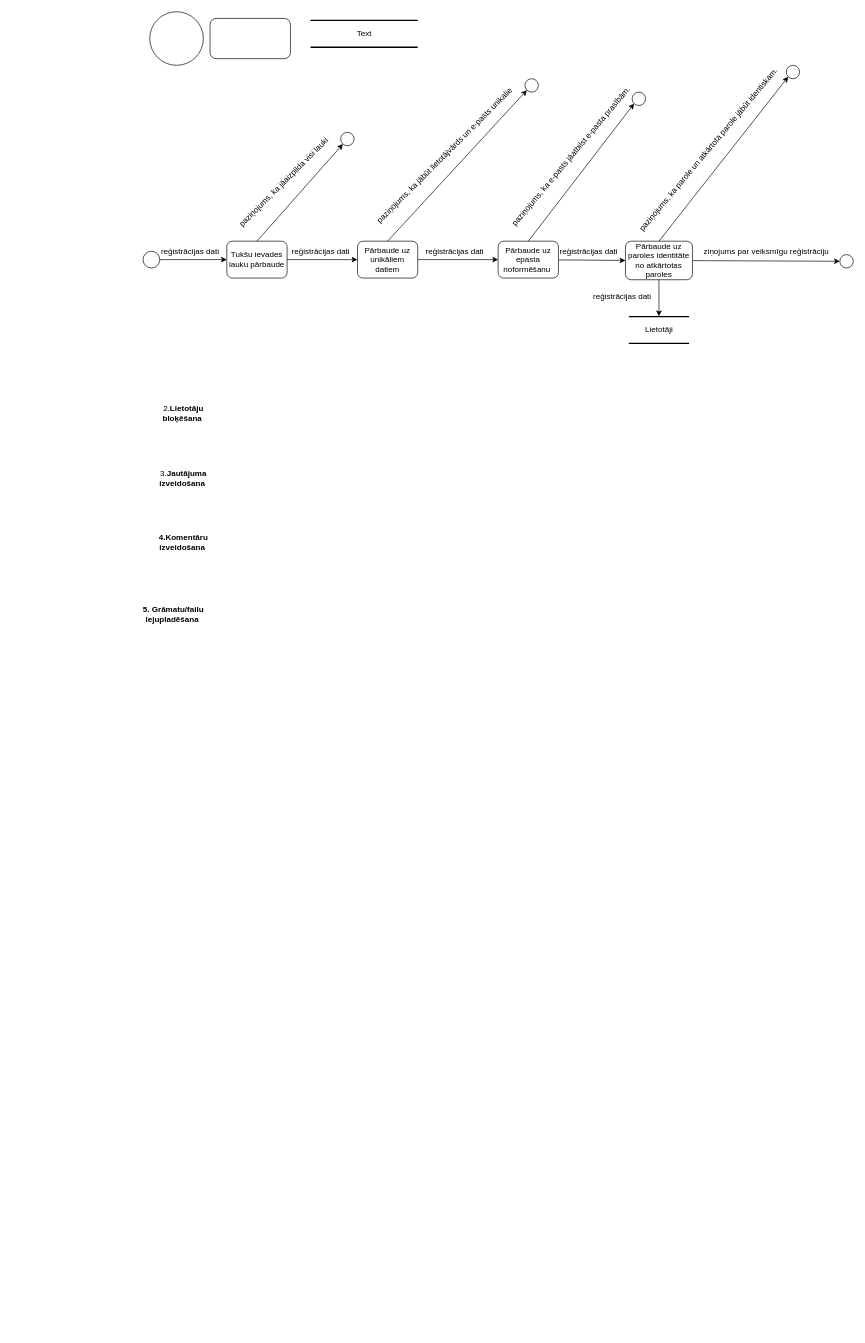
Before: DPD.drawio in MaksimsVisockis01/DB, a draw.io diagram. Source tidied: cells renumbered, new cells numbered last; positions are measured from the earlier drawing's top-left corner, leaving out a move shared by most shapes. Both pictures are drawn from the tidied source at 67%, with x=0, y=0 at pixel (136, 11).
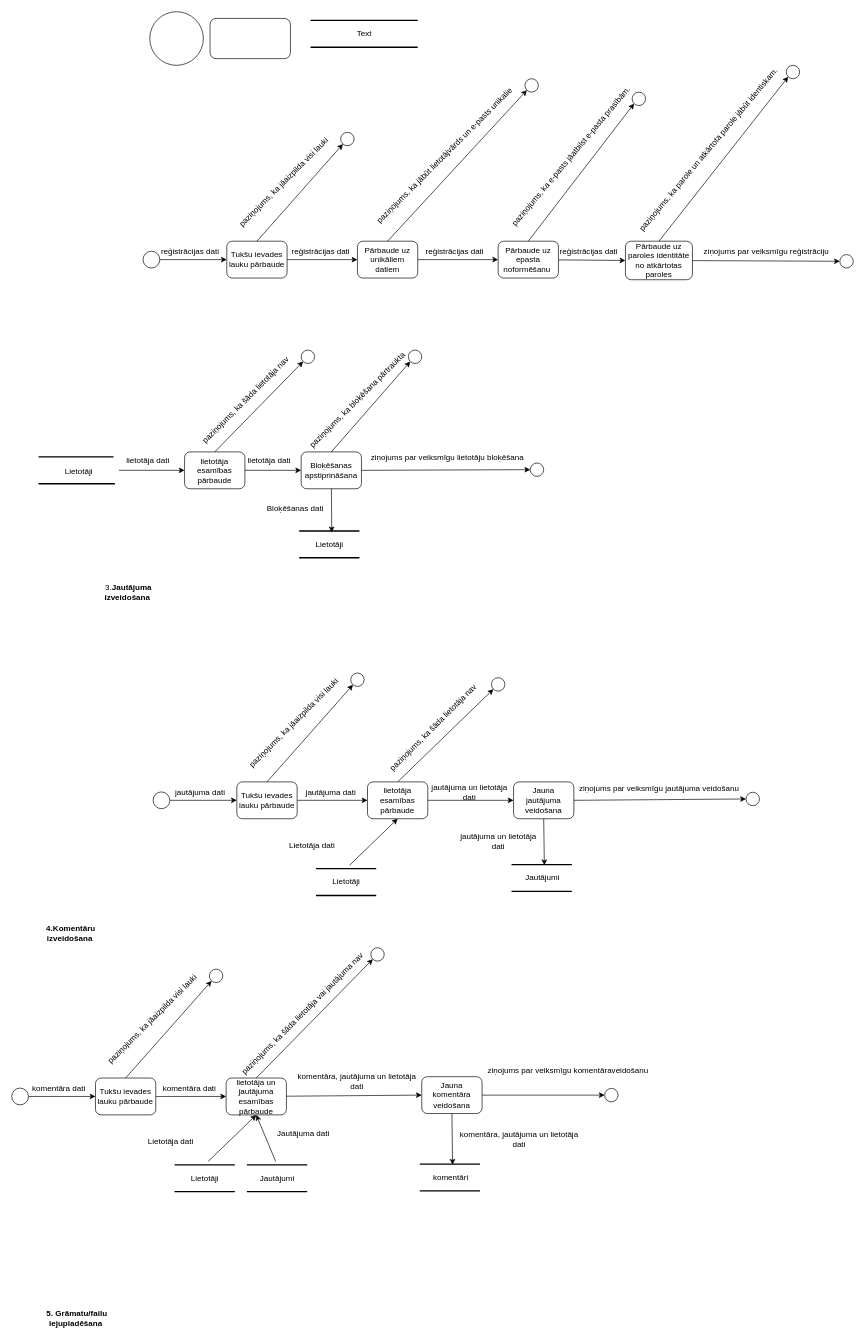
The same page after the edit.

The change refers to these unchanged cells:
```xml
<mxCell id="32" value="Pārbaude uz paroles identitāte no atkārtotas paroles" style="rounded=1;whiteSpace=wrap;html=1;" parent="1" vertex="1">
  <mxGeometry x="730" y="342.5" width="100" height="57.5" as="geometry" />
</mxCell>
```

The edit, as a diff of the source:
```diff
@@
-    <mxCell id="9" value="2.&lt;b&gt;Lietotāju&lt;br/&gt;bloķēšana&amp;nbsp;&lt;/b&gt;" style="text;html=1;align=center;verticalAlign=middle;strokeColor=none;fillColor=none;" parent="1" vertex="1">
-      <mxGeometry x="25" y="580" width="90" height="40" as="geometry" />
-    </mxCell>
     <mxCell id="10" value="3.&lt;b&gt;Jautājuma&lt;br&gt;izveidošana&amp;nbsp;&lt;/b&gt;&lt;b&gt;&lt;br&gt;&lt;/b&gt;" style="text;html=1;align=center;verticalAlign=middle;strokeColor=none;fillColor=none;" parent="1" vertex="1">
-      <mxGeometry x="25" y="677" width="90" height="40" as="geometry" />
+      <mxGeometry x="-57" y="847" width="90" height="40" as="geometry" />
     </mxCell>
     <mxCell id="11" value="&lt;b&gt;4.&lt;/b&gt;&lt;b&gt;Komentāru&lt;br/&gt;izveidošana&amp;nbsp;&lt;/b&gt;&lt;b&gt;&lt;br&gt;&lt;/b&gt;" style="text;html=1;align=center;verticalAlign=middle;strokeColor=none;fillColor=none;" parent="1" vertex="1">
-      <mxGeometry x="20" y="772" width="100" height="40" as="geometry" />
+      <mxGeometry x="-148" y="1355" width="100" height="40" as="geometry" />
     </mxCell>
     <mxCell id="12" value="&lt;b&gt;5. Grāmatu/failu&lt;br/&gt;lejupladēšana&amp;nbsp;&lt;/b&gt;&lt;b&gt;&lt;br&gt;&lt;/b&gt;" style="text;html=1;align=center;verticalAlign=middle;strokeColor=none;fillColor=none;" parent="1" vertex="1">
-      <mxGeometry y="880" width="110" height="40" as="geometry" />
+      <mxGeometry x="-144" y="1930" width="110" height="40" as="geometry" />
     </mxCell>
@@
     <mxCell id="39" style="line;strokeWidth=2;html=1;" parent="1" vertex="1">
-      <mxGeometry x="735" y="450" width="90" height="10" as="geometry" />
+      <mxGeometry x="243" y="770" width="90" height="10" as="geometry" />
     </mxCell>
     <mxCell id="40" value="Lietotāji" style="text;html=1;align=center;verticalAlign=middle;strokeColor=none;fillColor=none;" parent="1" vertex="1">
-      <mxGeometry x="745" y="460" width="70" height="30" as="geometry" />
+      <mxGeometry x="253" y="780" width="70" height="30" as="geometry" />
     </mxCell>
     <mxCell id="41" style="line;strokeWidth=2;html=1;" parent="1" vertex="1">
-      <mxGeometry x="735" y="490" width="90" height="10" as="geometry" />
+      <mxGeometry x="243" y="810" width="90" height="10" as="geometry" />
     </mxCell>
-    <mxCell id="42" style="edgeStyle=none;rounded=0;jettySize=auto;html=1;entryX=0.5;entryY=0.452;entryDx=0;entryDy=0;entryPerimeter=0;" parent="1" edge="1" source="32" target="39">
-      <mxGeometry relative="1" as="geometry" />
-    </mxCell>
-    <mxCell id="43" value="reģistrācijas dati" style="text;html=1;align=center;verticalAlign=middle;strokeColor=none;fillColor=none;" parent="1" vertex="1">
-      <mxGeometry x="670" y="410" width="110" height="30" as="geometry" />
+    <mxCell id="43" value="Bloķēšanas dati" style="text;html=1;align=center;verticalAlign=middle;strokeColor=none;fillColor=none;" parent="1" vertex="1">
+      <mxGeometry x="183" y="728" width="107" height="26" as="geometry" />
     </mxCell>
+    <mxCell id="44" style="edgeStyle=none;rounded=0;jettySize=auto;html=1;entryX=0;entryY=1;entryDx=0;entryDy=0;exitX=0.5;exitY=0;exitDx=0;exitDy=0;" parent="1" edge="1" source="46" target="49">
+      <mxGeometry relative="1" as="geometry" />
+    </mxCell>
+    <mxCell id="45" style="edgeStyle=none;rounded=0;jettySize=auto;html=1;" parent="1" edge="1" source="46" target="55">
+      <mxGeometry relative="1" as="geometry" />
+    </mxCell>
+    <mxCell id="46" value="lietotāja esamības pārbaude" style="rounded=1;whiteSpace=wrap;html=1;" parent="1" vertex="1">
+      <mxGeometry x="72" y="657" width="90" height="55" as="geometry" />
+    </mxCell>
+    <mxCell id="47" style="edgeStyle=none;rounded=0;jettySize=auto;html=1;" parent="1" edge="1" target="46">
+      <mxGeometry relative="1" as="geometry">
+        <mxPoint x="-26" y="684.5" as="sourcePoint" />
+      </mxGeometry>
+    </mxCell>
+    <mxCell id="48" value="lietotāja dati" style="text;html=1;align=center;verticalAlign=middle;strokeColor=none;fillColor=none;" parent="1" vertex="1">
+      <mxGeometry x="-25.5" y="657" width="84" height="26" as="geometry" />
+    </mxCell>
+    <mxCell id="49" style="ellipse;whiteSpace=wrap;html=1;" parent="1" vertex="1">
+      <mxGeometry x="246" y="505" width="20" height="20" as="geometry" />
+    </mxCell>
+    <mxCell id="50" value="paziņojums, ka šāda lietotāja nav" style="text;html=1;align=center;verticalAlign=middle;strokeColor=none;fillColor=none;rotation=-45;" parent="1" vertex="1">
+      <mxGeometry x="63" y="567" width="200" height="26" as="geometry" />
+    </mxCell>
+    <mxCell id="51" style="line;strokeWidth=2;html=1;" parent="1" vertex="1">
+      <mxGeometry x="-146" y="659.5" width="112" height="10" as="geometry" />
+    </mxCell>
+    <mxCell id="52" value="Lietotāji" style="text;html=1;align=center;verticalAlign=middle;strokeColor=none;fillColor=none;" parent="1" vertex="1">
+      <mxGeometry x="-117" y="673.5" width="61" height="26" as="geometry" />
+    </mxCell>
+    <mxCell id="53" style="line;strokeWidth=2;html=1;" parent="1" vertex="1">
+      <mxGeometry x="-146" y="699.5" width="114" height="10" as="geometry" />
+    </mxCell>
+    <mxCell id="54" style="edgeStyle=none;rounded=0;jettySize=auto;html=1;entryX=0;entryY=1;entryDx=0;entryDy=0;exitX=0.5;exitY=0;exitDx=0;exitDy=0;" parent="1" edge="1" source="55" target="56">
+      <mxGeometry relative="1" as="geometry" />
+    </mxCell>
+    <mxCell id="55" value="Bloķēšanas apstiprināšana" style="rounded=1;whiteSpace=wrap;html=1;" parent="1" vertex="1">
+      <mxGeometry x="246" y="657" width="90" height="55" as="geometry" />
+    </mxCell>
+    <mxCell id="56" style="ellipse;whiteSpace=wrap;html=1;" parent="1" vertex="1">
+      <mxGeometry x="406" y="505" width="20" height="20" as="geometry" />
+    </mxCell>
+    <mxCell id="57" value="paziņojums, ka bloķēšana pārtraukta" style="text;html=1;align=center;verticalAlign=middle;strokeColor=none;fillColor=none;rotation=-45;" parent="1" vertex="1">
+      <mxGeometry x="220" y="567" width="220" height="26" as="geometry" />
+    </mxCell>
+    <mxCell id="58" style="edgeStyle=none;rounded=0;jettySize=auto;html=1;exitX=1;exitY=0.5;exitDx=0;exitDy=0;entryX=0;entryY=0.5;entryDx=0;entryDy=0;" parent="1" edge="1" source="55" target="59">
+      <mxGeometry relative="1" as="geometry" />
+    </mxCell>
+    <mxCell id="59" style="ellipse;whiteSpace=wrap;html=1;" parent="1" vertex="1">
+      <mxGeometry x="588" y="673.5" width="20" height="20" as="geometry" />
+    </mxCell>
+    <mxCell id="60" value="lietotāja dati" style="text;html=1;align=center;verticalAlign=middle;strokeColor=none;fillColor=none;" parent="1" vertex="1">
+      <mxGeometry x="156" y="657" width="84" height="26" as="geometry" />
+    </mxCell>
+    <mxCell id="61" value="ziņojums par veiksmīgu lietotāju bloķēšana" style="text;html=1;align=center;verticalAlign=middle;strokeColor=none;fillColor=none;" parent="1" vertex="1">
+      <mxGeometry x="336" y="651.5" width="255" height="26" as="geometry" />
+    </mxCell>
+    <mxCell id="62" style="edgeStyle=none;rounded=0;jettySize=auto;html=1;entryX=0.54;entryY=0.703;entryDx=0;entryDy=0;entryPerimeter=0;" parent="1" edge="1" source="55" target="39">
+      <mxGeometry relative="1" as="geometry" />
+    </mxCell>
+    <mxCell id="63" style="edgeStyle=orthogonalEdgeStyle;rounded=0;jettySize=auto;html=1;" parent="1" edge="1" source="64" target="67">
+      <mxGeometry relative="1" as="geometry" />
+    </mxCell>
+    <mxCell id="64" style="ellipse;whiteSpace=wrap;html=1;" parent="1" vertex="1">
+      <mxGeometry x="25" y="1164.5" width="25" height="25" as="geometry" />
+    </mxCell>
+    <mxCell id="65" style="rounded=0;jettySize=auto;html=1;exitX=0.5;exitY=0;exitDx=0;exitDy=0;" parent="1" edge="1" source="67" target="69">
+      <mxGeometry relative="1" as="geometry" />
+    </mxCell>
+    <mxCell id="66" style="edgeStyle=none;rounded=0;jettySize=auto;html=1;" parent="1" edge="1" source="67" target="73">
+      <mxGeometry relative="1" as="geometry" />
+    </mxCell>
+    <mxCell id="67" value="Tukšu ievades lauku pārbaude" style="rounded=1;whiteSpace=wrap;html=1;" parent="1" vertex="1">
+      <mxGeometry x="150" y="1149.5" width="90" height="55" as="geometry" />
+    </mxCell>
+    <mxCell id="68" value="jautājuma dati" style="text;html=1;align=center;verticalAlign=middle;strokeColor=none;fillColor=none;" parent="1" vertex="1">
+      <mxGeometry x="47" y="1151.5" width="96" height="26" as="geometry" />
+    </mxCell>
+    <mxCell id="69" style="ellipse;whiteSpace=wrap;html=1;" parent="1" vertex="1">
+      <mxGeometry x="320" y="987" width="20" height="20" as="geometry" />
+    </mxCell>
+    <mxCell id="70" value="paziņojums, ka jāaizpilda visi lauki" style="text;html=1;align=center;verticalAlign=middle;strokeColor=none;fillColor=none;rotation=-45;" parent="1" vertex="1">
+      <mxGeometry x="130" y="1047" width="210" height="30" as="geometry" />
+    </mxCell>
+    <mxCell id="71" style="edgeStyle=none;rounded=0;jettySize=auto;html=1;entryX=0;entryY=1;entryDx=0;entryDy=0;exitX=0.5;exitY=0;exitDx=0;exitDy=0;" parent="1" edge="1" source="73" target="74">
+      <mxGeometry relative="1" as="geometry" />
+    </mxCell>
+    <mxCell id="72" style="edgeStyle=none;rounded=0;jettySize=auto;html=1;entryX=0;entryY=0.5;entryDx=0;entryDy=0;" parent="1" edge="1" source="73" target="77">
+      <mxGeometry relative="1" as="geometry" />
+    </mxCell>
+    <mxCell id="73" value="lietotāja esamības pārbaude" style="rounded=1;whiteSpace=wrap;html=1;" parent="1" vertex="1">
+      <mxGeometry x="345" y="1149.5" width="90" height="55" as="geometry" />
+    </mxCell>
+    <mxCell id="74" style="ellipse;whiteSpace=wrap;html=1;" parent="1" vertex="1">
+      <mxGeometry x="530" y="994" width="20" height="20" as="geometry" />
+    </mxCell>
+    <mxCell id="75" value="jautājuma dati" style="text;html=1;align=center;verticalAlign=middle;strokeColor=none;fillColor=none;" parent="1" vertex="1">
+      <mxGeometry x="242" y="1151.5" width="96" height="26" as="geometry" />
+    </mxCell>
+    <mxCell id="76" style="edgeStyle=none;rounded=0;jettySize=auto;html=1;exitX=1;exitY=0.5;exitDx=0;exitDy=0;entryX=0;entryY=0.5;entryDx=0;entryDy=0;" parent="1" edge="1" source="77" target="79">
+      <mxGeometry relative="1" as="geometry" />
+    </mxCell>
+    <mxCell id="77" value="Jauna jautājuma veidošana" style="rounded=1;whiteSpace=wrap;html=1;" parent="1" vertex="1">
+      <mxGeometry x="563" y="1149.5" width="90" height="55" as="geometry" />
+    </mxCell>
+    <mxCell id="78" value="jautājuma un lietotāja&lt;br style=&quot;border-color: var(--border-color);&quot;&gt;dati" style="text;html=1;align=center;verticalAlign=middle;strokeColor=none;fillColor=none;" parent="1" vertex="1">
+      <mxGeometry x="429" y="1144" width="136" height="41" as="geometry" />
+    </mxCell>
+    <mxCell id="79" style="ellipse;whiteSpace=wrap;html=1;" parent="1" vertex="1">
+      <mxGeometry x="910" y="1165" width="20" height="20" as="geometry" />
+    </mxCell>
+    <mxCell id="80" value="ziņojums par veiksmīgu jautājuma veidošanu" style="text;html=1;align=center;verticalAlign=middle;strokeColor=none;fillColor=none;" parent="1" vertex="1">
+      <mxGeometry x="647" y="1146" width="266" height="26" as="geometry" />
+    </mxCell>
+    <mxCell id="81" style="edgeStyle=none;rounded=0;jettySize=auto;html=1;entryX=0.5;entryY=1;entryDx=0;entryDy=0;" parent="1" edge="1" source="82" target="73">
+      <mxGeometry relative="1" as="geometry" />
+    </mxCell>
+    <mxCell id="82" style="line;strokeWidth=2;html=1;" parent="1" vertex="1">
+      <mxGeometry x="268" y="1274" width="90" height="10" as="geometry" />
+    </mxCell>
+    <mxCell id="83" value="Lietotāji" style="text;html=1;align=center;verticalAlign=middle;strokeColor=none;fillColor=none;" parent="1" vertex="1">
+      <mxGeometry x="278" y="1284" width="70" height="30" as="geometry" />
+    </mxCell>
+    <mxCell id="84" style="line;strokeWidth=2;html=1;" parent="1" vertex="1">
+      <mxGeometry x="268" y="1314" width="90" height="10" as="geometry" />
+    </mxCell>
+    <mxCell id="85" value="Lietotāja dati" style="text;html=1;align=center;verticalAlign=middle;strokeColor=none;fillColor=none;" parent="1" vertex="1">
+      <mxGeometry x="218" y="1232" width="88" height="26" as="geometry" />
+    </mxCell>
+    <mxCell id="86" value="paziņojums, ka šāda lietotāja nav" style="text;html=1;align=center;verticalAlign=middle;strokeColor=none;fillColor=none;rotation=-45;" parent="1" vertex="1">
+      <mxGeometry x="343" y="1056" width="200" height="26" as="geometry" />
+    </mxCell>
+    <mxCell id="87" style="line;strokeWidth=2;html=1;" parent="1" vertex="1">
+      <mxGeometry x="560" y="1268" width="90" height="10" as="geometry" />
+    </mxCell>
+    <mxCell id="88" value="Jautājumi" style="text;html=1;align=center;verticalAlign=middle;strokeColor=none;fillColor=none;" parent="1" vertex="1">
+      <mxGeometry x="570" y="1280" width="72" height="26" as="geometry" />
+    </mxCell>
+    <mxCell id="89" style="line;strokeWidth=2;html=1;" parent="1" vertex="1">
+      <mxGeometry x="560" y="1308" width="90" height="10" as="geometry" />
+    </mxCell>
+    <mxCell id="90" style="edgeStyle=none;rounded=0;jettySize=auto;html=1;exitX=0.5;exitY=1;exitDx=0;exitDy=0;entryX=0.544;entryY=0.583;entryDx=0;entryDy=0;entryPerimeter=0;" parent="1" edge="1" source="77" target="87">
+      <mxGeometry relative="1" as="geometry" />
+    </mxCell>
+    <mxCell id="91" value="jautājuma un lietotāja&lt;br style=&quot;border-color: var(--border-color);&quot;&gt;dati" style="text;html=1;align=center;verticalAlign=middle;strokeColor=none;fillColor=none;" parent="1" vertex="1">
+      <mxGeometry x="472" y="1217" width="136" height="41" as="geometry" />
+    </mxCell>
+    <mxCell id="92" style="edgeStyle=orthogonalEdgeStyle;rounded=0;jettySize=auto;html=1;" parent="1" edge="1" source="93" target="96">
+      <mxGeometry relative="1" as="geometry" />
+    </mxCell>
+    <mxCell id="93" style="ellipse;whiteSpace=wrap;html=1;" parent="1" vertex="1">
+      <mxGeometry x="-186" y="1606.5" width="25" height="25" as="geometry" />
+    </mxCell>
+    <mxCell id="94" style="rounded=0;jettySize=auto;html=1;exitX=0.5;exitY=0;exitDx=0;exitDy=0;" parent="1" edge="1" source="96" target="98">
+      <mxGeometry relative="1" as="geometry" />
+    </mxCell>
+    <mxCell id="95" style="edgeStyle=none;rounded=0;jettySize=auto;html=1;" parent="1" edge="1" source="96" target="102">
+      <mxGeometry relative="1" as="geometry" />
+    </mxCell>
+    <mxCell id="96" value="Tukšu ievades lauku pārbaude" style="rounded=1;whiteSpace=wrap;html=1;" parent="1" vertex="1">
+      <mxGeometry x="-61" y="1591.5" width="90" height="55" as="geometry" />
+    </mxCell>
+    <mxCell id="97" value="komentāra dati" style="text;html=1;align=center;verticalAlign=middle;strokeColor=none;fillColor=none;" parent="1" vertex="1">
+      <mxGeometry x="-166" y="1593.5" width="100" height="26" as="geometry" />
+    </mxCell>
+    <mxCell id="98" style="ellipse;whiteSpace=wrap;html=1;" parent="1" vertex="1">
+      <mxGeometry x="109" y="1429" width="20" height="20" as="geometry" />
+    </mxCell>
+    <mxCell id="99" value="paziņojums, ka jāaizpilda visi lauki" style="text;html=1;align=center;verticalAlign=middle;strokeColor=none;fillColor=none;rotation=-45;" parent="1" vertex="1">
+      <mxGeometry x="-81" y="1489" width="210" height="30" as="geometry" />
+    </mxCell>
+    <mxCell id="100" style="edgeStyle=none;rounded=0;jettySize=auto;html=1;entryX=0;entryY=1;entryDx=0;entryDy=0;exitX=0.5;exitY=0;exitDx=0;exitDy=0;" parent="1" edge="1" source="102" target="103">
+      <mxGeometry relative="1" as="geometry" />
+    </mxCell>
+    <mxCell id="101" style="edgeStyle=none;rounded=0;jettySize=auto;html=1;entryX=0;entryY=0.5;entryDx=0;entryDy=0;" parent="1" edge="1" source="102" target="106">
+      <mxGeometry relative="1" as="geometry" />
+    </mxCell>
+    <mxCell id="102" value="lietotāja un jautājuma esamības pārbaude" style="rounded=1;whiteSpace=wrap;html=1;" parent="1" vertex="1">
+      <mxGeometry x="134" y="1591.5" width="90" height="55" as="geometry" />
+    </mxCell>
+    <mxCell id="103" style="ellipse;whiteSpace=wrap;html=1;" parent="1" vertex="1">
+      <mxGeometry x="350" y="1397" width="20" height="20" as="geometry" />
+    </mxCell>
+    <mxCell id="104" value="komentāra dati" style="text;html=1;align=center;verticalAlign=middle;strokeColor=none;fillColor=none;" parent="1" vertex="1">
+      <mxGeometry x="29" y="1593.5" width="100" height="26" as="geometry" />
+    </mxCell>
+    <mxCell id="105" style="edgeStyle=none;rounded=0;jettySize=auto;html=1;exitX=1;exitY=0.5;exitDx=0;exitDy=0;entryX=0;entryY=0.5;entryDx=0;entryDy=0;" parent="1" edge="1" source="106" target="108">
+      <mxGeometry relative="1" as="geometry" />
+    </mxCell>
+    <mxCell id="106" value="Jauna komentāra veidošana" style="rounded=1;whiteSpace=wrap;html=1;" parent="1" vertex="1">
+      <mxGeometry x="426" y="1589.5" width="90" height="55" as="geometry" />
+    </mxCell>
+    <mxCell id="107" value="komentāra, jautājuma un lietotāja&lt;br style=&quot;border-color: var(--border-color);&quot;&gt;dati" style="text;html=1;align=center;verticalAlign=middle;strokeColor=none;fillColor=none;" parent="1" vertex="1">
+      <mxGeometry x="228" y="1576" width="201" height="41" as="geometry" />
+    </mxCell>
+    <mxCell id="108" style="ellipse;whiteSpace=wrap;html=1;" parent="1" vertex="1">
+      <mxGeometry x="699" y="1607" width="20" height="20" as="geometry" />
+    </mxCell>
+    <mxCell id="109" value="ziņojums par veiksmīgu komentāraveidošanu" style="text;html=1;align=center;verticalAlign=middle;strokeColor=none;fillColor=none;" parent="1" vertex="1">
+      <mxGeometry x="510" y="1567.5" width="267" height="26" as="geometry" />
+    </mxCell>
+    <mxCell id="110" style="edgeStyle=none;rounded=0;jettySize=auto;html=1;entryX=0.5;entryY=1;entryDx=0;entryDy=0;" parent="1" edge="1" source="111" target="102">
+      <mxGeometry relative="1" as="geometry" />
+    </mxCell>
+    <mxCell id="111" style="line;strokeWidth=2;html=1;" parent="1" vertex="1">
+      <mxGeometry x="57" y="1716" width="90" height="10" as="geometry" />
+    </mxCell>
+    <mxCell id="112" value="Lietotāji" style="text;html=1;align=center;verticalAlign=middle;strokeColor=none;fillColor=none;" parent="1" vertex="1">
+      <mxGeometry x="67" y="1726" width="70" height="30" as="geometry" />
+    </mxCell>
+    <mxCell id="113" style="line;strokeWidth=2;html=1;" parent="1" vertex="1">
+      <mxGeometry x="57" y="1756" width="90" height="10" as="geometry" />
+    </mxCell>
+    <mxCell id="114" value="Lietotāja dati" style="text;html=1;align=center;verticalAlign=middle;strokeColor=none;fillColor=none;" parent="1" vertex="1">
+      <mxGeometry x="7" y="1674" width="88" height="26" as="geometry" />
+    </mxCell>
+    <mxCell id="115" value="paziņojums, ka šāda lietotāja vai jautājuma nav" style="text;html=1;align=center;verticalAlign=middle;strokeColor=none;fillColor=none;rotation=-45;" parent="1" vertex="1">
+      <mxGeometry x="110" y="1483" width="276" height="26" as="geometry" />
+    </mxCell>
+    <mxCell id="116" style="line;strokeWidth=2;html=1;" parent="1" vertex="1">
+      <mxGeometry x="423" y="1715" width="90" height="10" as="geometry" />
+    </mxCell>
+    <mxCell id="117" value="komentāri" style="text;html=1;align=center;verticalAlign=middle;strokeColor=none;fillColor=none;" parent="1" vertex="1">
+      <mxGeometry x="432" y="1727" width="73" height="26" as="geometry" />
+    </mxCell>
+    <mxCell id="118" style="line;strokeWidth=2;html=1;" parent="1" vertex="1">
+      <mxGeometry x="423" y="1755" width="90" height="10" as="geometry" />
+    </mxCell>
+    <mxCell id="119" style="edgeStyle=none;rounded=0;jettySize=auto;html=1;exitX=0.5;exitY=1;exitDx=0;exitDy=0;entryX=0.544;entryY=0.583;entryDx=0;entryDy=0;entryPerimeter=0;" parent="1" edge="1" source="106" target="116">
+      <mxGeometry relative="1" as="geometry" />
+    </mxCell>
+    <mxCell id="120" value="komentāra, jautājuma un lietotāja&lt;br style=&quot;border-color: var(--border-color);&quot;&gt;dati" style="text;html=1;align=center;verticalAlign=middle;strokeColor=none;fillColor=none;" parent="1" vertex="1">
+      <mxGeometry x="470" y="1662" width="201" height="41" as="geometry" />
+    </mxCell>
+    <mxCell id="121" style="edgeStyle=none;rounded=0;jettySize=auto;html=1;entryX=0.5;entryY=1;entryDx=0;entryDy=0;" parent="1" edge="1" source="122" target="102">
+      <mxGeometry relative="1" as="geometry" />
+    </mxCell>
+    <mxCell id="122" style="line;strokeWidth=2;html=1;" parent="1" vertex="1">
+      <mxGeometry x="165" y="1716" width="90" height="10" as="geometry" />
+    </mxCell>
+    <mxCell id="123" value="Jautājumi" style="text;html=1;align=center;verticalAlign=middle;strokeColor=none;fillColor=none;" parent="1" vertex="1">
+      <mxGeometry x="174" y="1728" width="72" height="26" as="geometry" />
+    </mxCell>
+    <mxCell id="124" style="line;strokeWidth=2;html=1;" parent="1" vertex="1">
+      <mxGeometry x="165" y="1756" width="90" height="10" as="geometry" />
+    </mxCell>
+    <mxCell id="125" value="Jautājuma dati" style="text;html=1;align=center;verticalAlign=middle;strokeColor=none;fillColor=none;" parent="1" vertex="1">
+      <mxGeometry x="199" y="1662" width="99" height="26" as="geometry" />
+    </mxCell>
```
